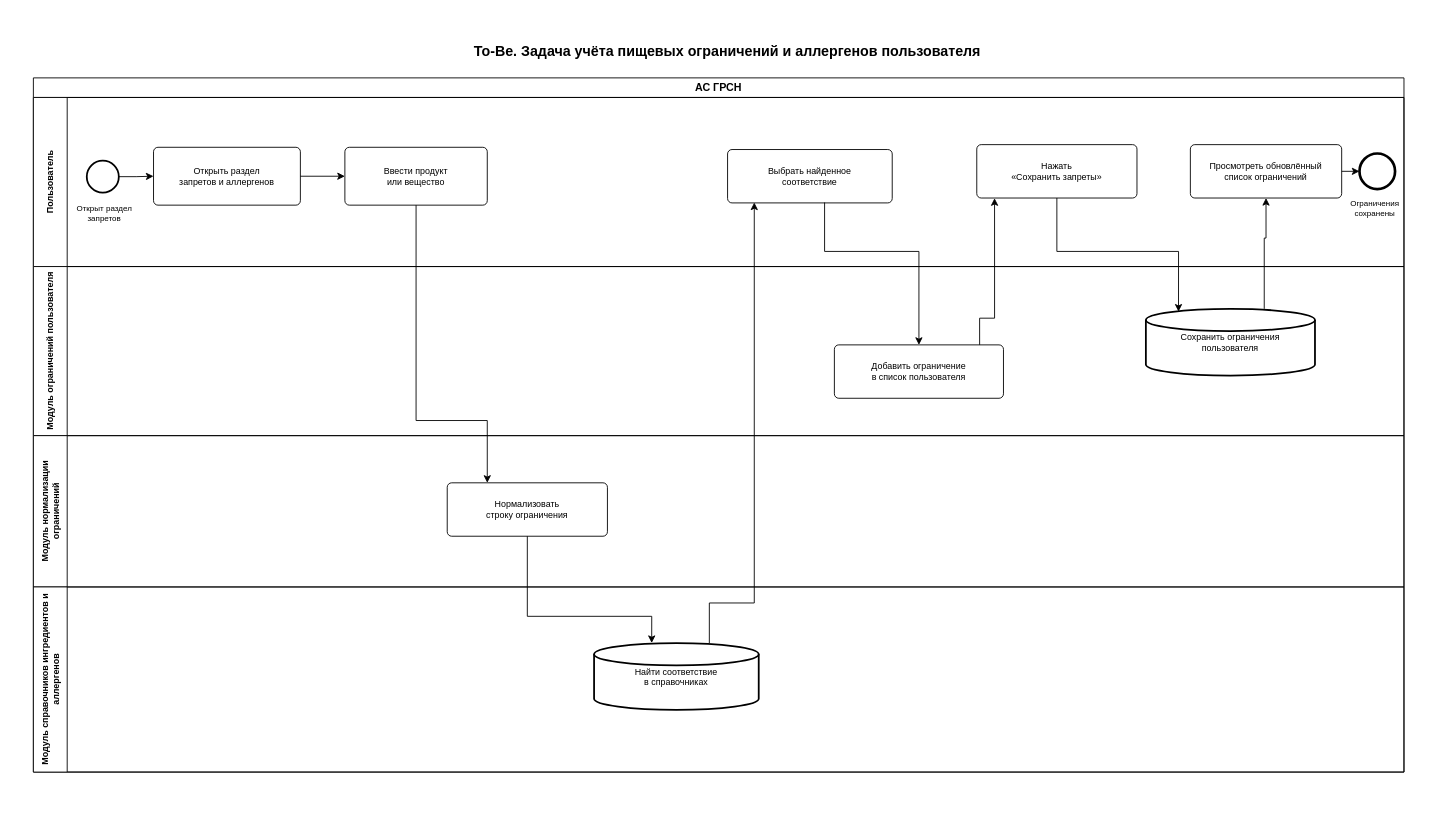
Skipl1/ASOIU keeps this draw.io diagram as Optimization-Methods/laba_2/diagrams/To-Be/To-Be_Управление_запретами_и_аллергенами_BPMN.drawio. Above is the earlier version. Source tidied: cells renumbered, new cells numbered last; positions are measured from the earlier drawing's top-left corner, leaving out a move shared by most shapes. Both pictures are drawn from the tidied source at 89%, with x=0, y=0 at pixel (15, 15).
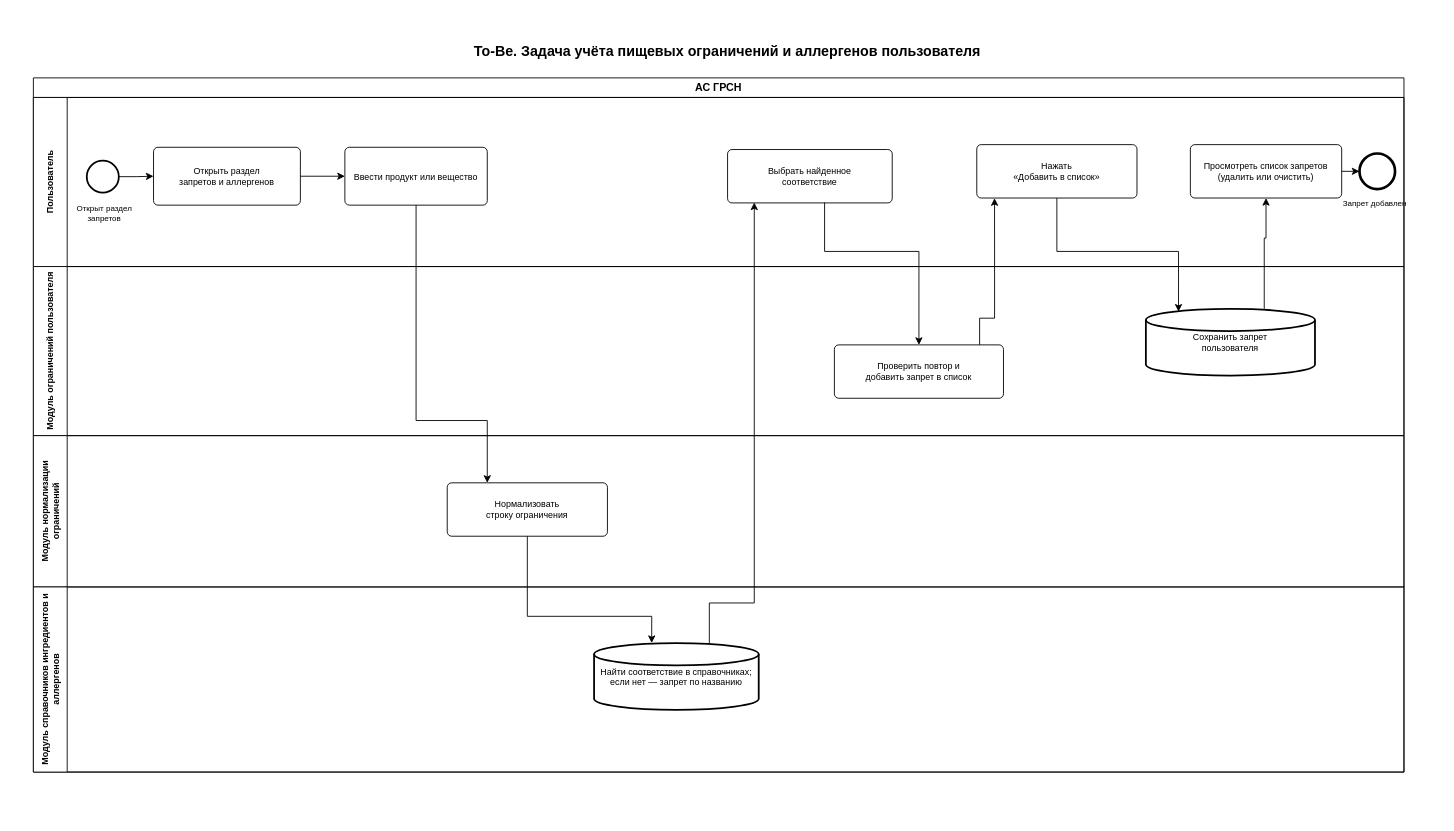
The same diagram, later.

The change refers to these unchanged cells:
```xml
<mxCell id="5" value="Пользователь" style="swimlane;html=1;horizontal=0;startSize=38;fillColor=#ffffff;strokeColor=#000000;whiteSpace=wrap;fontSize=10;fontStyle=1;" parent="1" vertex="1">
  <mxGeometry x="20" y="92" width="1540" height="190" as="geometry" />
</mxCell>
```

Diff of the diagram source:
```diff
@@
-    <mxCell id="8" value="Ограничения сохранены" style="text;html=1;strokeColor=none;fillColor=none;align=center;verticalAlign=top;whiteSpace=wrap;fontSize=9;" parent="5" vertex="1">
+    <mxCell id="8" value="Запрет добавлен" style="text;html=1;strokeColor=none;fillColor=none;align=center;verticalAlign=top;whiteSpace=wrap;fontSize=9;" parent="5" vertex="1">
       <mxGeometry x="1460" y="108" width="95" height="30" as="geometry" />
     </mxCell>
@@
-    <mxCell id="15" value="Ввести продукт&lt;br&gt;или вещество" style="rounded=1;whiteSpace=wrap;html=1;arcSize=10;absoluteArcSize=1;fillColor=#ffffff;strokeColor=#000000;fontSize=10;" parent="1" vertex="1">
+    <mxCell id="15" value="Ввести продукт или вещество" style="rounded=1;whiteSpace=wrap;html=1;arcSize=10;absoluteArcSize=1;fillColor=#ffffff;strokeColor=#000000;fontSize=10;" parent="1" vertex="1">
       <mxGeometry x="370" y="148" width="160" height="65" as="geometry" />
     </mxCell>
-    <mxCell id="16" value="Нажать&lt;br&gt;«Сохранить запреты»" style="rounded=1;whiteSpace=wrap;html=1;arcSize=10;absoluteArcSize=1;fillColor=#ffffff;strokeColor=#000000;fontSize=10;" parent="1" vertex="1">
+    <mxCell id="16" value="Нажать&lt;br&gt;«Добавить в список»" style="rounded=1;whiteSpace=wrap;html=1;arcSize=10;absoluteArcSize=1;fillColor=#ffffff;strokeColor=#000000;fontSize=10;" parent="1" vertex="1">
       <mxGeometry x="1080" y="145" width="180" height="60" as="geometry" />
     </mxCell>
-    <mxCell id="17" value="Просмотреть обновлённый&lt;br&gt;список ограничений" style="rounded=1;whiteSpace=wrap;html=1;arcSize=10;absoluteArcSize=1;fillColor=#ffffff;strokeColor=#000000;fontSize=10;" parent="1" vertex="1">
+    <mxCell id="17" value="Просмотреть список запретов&lt;br&gt;(удалить или очистить)" style="rounded=1;whiteSpace=wrap;html=1;arcSize=10;absoluteArcSize=1;fillColor=#ffffff;strokeColor=#000000;fontSize=10;" parent="1" vertex="1">
       <mxGeometry x="1320" y="145" width="170" height="60" as="geometry" />
     </mxCell>
-    <mxCell id="18" value="Добавить ограничение&lt;br&gt;в список пользователя" style="rounded=1;whiteSpace=wrap;html=1;arcSize=10;absoluteArcSize=1;fillColor=#ffffff;strokeColor=#000000;fontSize=10;" parent="1" vertex="1">
+    <mxCell id="18" value="Проверить повтор и&lt;br&gt;добавить запрет в список" style="rounded=1;whiteSpace=wrap;html=1;arcSize=10;absoluteArcSize=1;fillColor=#ffffff;strokeColor=#000000;fontSize=10;" parent="1" vertex="1">
       <mxGeometry x="920" y="370" width="190" height="60" as="geometry" />
     </mxCell>
-    <mxCell id="19" value="Сохранить ограничения&lt;br&gt;пользователя" style="strokeWidth=2;html=1;shape=mxgraph.flowchart.database;whiteSpace=wrap;fillColor=#ffffff;strokeColor=#000000;fontSize=10;" parent="1" vertex="1">
+    <mxCell id="19" value="Сохранить запрет&lt;br&gt;пользователя" style="strokeWidth=2;html=1;shape=mxgraph.flowchart.database;whiteSpace=wrap;fillColor=#ffffff;strokeColor=#000000;fontSize=10;" parent="1" vertex="1">
       <mxGeometry x="1270" y="329.5" width="190" height="75" as="geometry" />
     </mxCell>
@@
-    <mxCell id="21" value="Найти соответствие&lt;br&gt;в справочниках" style="strokeWidth=2;html=1;shape=mxgraph.flowchart.database;whiteSpace=wrap;fillColor=#ffffff;strokeColor=#000000;fontSize=10;" parent="1" vertex="1">
+    <mxCell id="21" value="Найти соответствие в справочниках;&lt;br&gt;если нет — запрет по названию" style="strokeWidth=2;html=1;shape=mxgraph.flowchart.database;whiteSpace=wrap;fillColor=#ffffff;strokeColor=#000000;fontSize=10;" parent="1" vertex="1">
       <mxGeometry x="650" y="705" width="185" height="75" as="geometry" />
     </mxCell>
```
